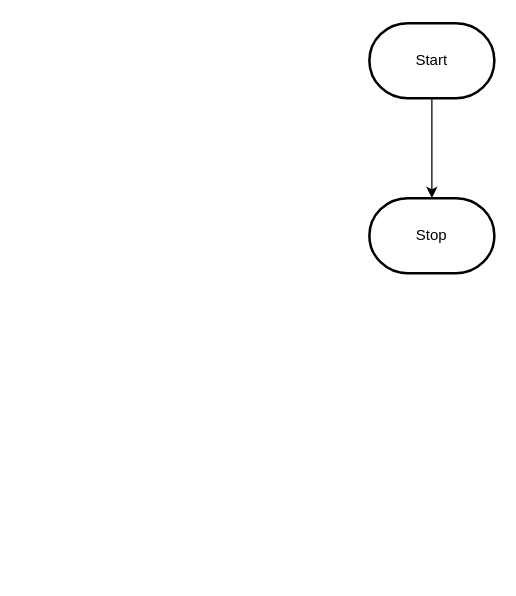
MTHS-TEJ2O-1-2023/TEJ2O-Unit-2-07-olmes-leon keeps this draw.io diagram as design/flowchart.drawio. Above is the earlier version. Source tidied: cells renumbered, new cells numbered last; positions are measured from the earlier drawing's top-left corner, leaving out a move shared by most shapes. Both pictures are drawn from the tidied source at 125%, with x=0, y=0 at pixel (369, 22).
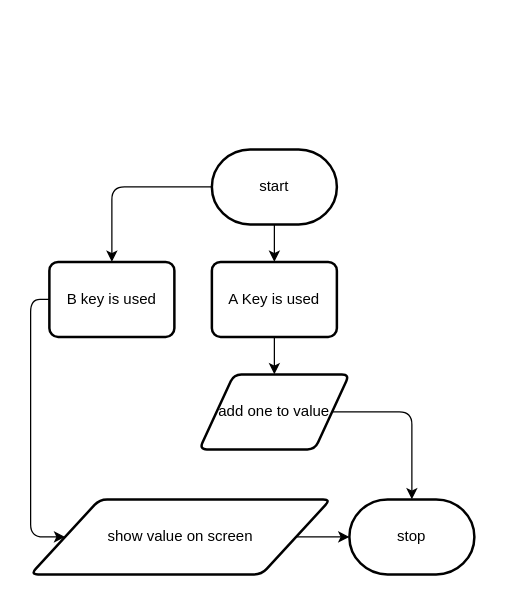
The same page after the edit.

What changed in the source:
```diff
@@
 <mxGraphModel>
   <root>
     <mxCell id="0" />
     <mxCell id="1" parent="0" />
+    <mxCell id="5" style="edgeStyle=orthogonalEdgeStyle;html=1;" parent="1" edge="1" source="2" target="10">
+      <mxGeometry relative="1" as="geometry" />
+    </mxCell>
+    <mxCell id="6" style="edgeStyle=orthogonalEdgeStyle;html=1;entryX=0.5;entryY=0;entryDx=0;entryDy=0;" parent="1" edge="1" source="2" target="8">
+      <mxGeometry relative="1" as="geometry" />
+    </mxCell>
-    <mxCell id="2" style="edgeStyle=orthogonalEdgeStyle;html=1;rounded=0;" parent="1" edge="1" source="3" target="4">
-      <mxGeometry relative="1" as="geometry" />
+    <mxCell id="2" value="start" style="strokeWidth=2;html=1;shape=mxgraph.flowchart.terminator;whiteSpace=wrap;" parent="1" vertex="1">
+      <mxGeometry x="-126" y="101" width="100" height="60" as="geometry" />
     </mxCell>
-    <mxCell id="3" value="Start" style="strokeWidth=2;html=1;shape=mxgraph.flowchart.terminator;whiteSpace=wrap;" parent="1" vertex="1">
-      <mxGeometry width="100" height="60" as="geometry" />
-    </mxCell>
-    <mxCell id="4" value="Stop" style="strokeWidth=2;html=1;shape=mxgraph.flowchart.terminator;whiteSpace=wrap;" parent="1" vertex="1">
-      <mxGeometry y="140" width="100" height="60" as="geometry" />
-    </mxCell>
+    <mxCell id="7" style="edgeStyle=orthogonalEdgeStyle;html=1;entryX=0;entryY=0.5;entryDx=0;entryDy=0;" parent="1" edge="1" source="8" target="14">
+      <mxGeometry relative="1" as="geometry">
+        <Array as="points">
+          <mxPoint x="-271" y="221" />
+          <mxPoint x="-271" y="411" />
+        </Array>
+      </mxGeometry>
+    </mxCell>
+    <mxCell id="8" value="B key is used" style="rounded=1;whiteSpace=wrap;html=1;absoluteArcSize=1;arcSize=14;strokeWidth=2;" parent="1" vertex="1">
+      <mxGeometry x="-256" y="191" width="100" height="60" as="geometry" />
+    </mxCell>
+    <mxCell id="9" style="edgeStyle=orthogonalEdgeStyle;html=1;" parent="1" edge="1" source="10" target="12">
+      <mxGeometry relative="1" as="geometry" />
+    </mxCell>
+    <mxCell id="10" value="A Key is used" style="rounded=1;whiteSpace=wrap;html=1;absoluteArcSize=1;arcSize=14;strokeWidth=2;" parent="1" vertex="1">
+      <mxGeometry x="-126" y="191" width="100" height="60" as="geometry" />
+    </mxCell>
+    <mxCell id="11" style="edgeStyle=orthogonalEdgeStyle;html=1;entryX=0.5;entryY=0;entryDx=0;entryDy=0;entryPerimeter=0;" parent="1" edge="1" source="12" target="15">
+      <mxGeometry relative="1" as="geometry">
+        <Array as="points">
+          <mxPoint x="34" y="311" />
+        </Array>
+      </mxGeometry>
+    </mxCell>
+    <mxCell id="12" value="add one to value" style="shape=parallelogram;html=1;strokeWidth=2;perimeter=parallelogramPerimeter;whiteSpace=wrap;rounded=1;arcSize=12;size=0.23;" parent="1" vertex="1">
+      <mxGeometry x="-136" y="281" width="120" height="60" as="geometry" />
+    </mxCell>
+    <mxCell id="13" style="edgeStyle=orthogonalEdgeStyle;html=1;entryX=0;entryY=0.5;entryDx=0;entryDy=0;entryPerimeter=0;" parent="1" edge="1" source="14" target="15">
+      <mxGeometry relative="1" as="geometry" />
+    </mxCell>
+    <mxCell id="14" value="show value on screen" style="shape=parallelogram;html=1;strokeWidth=2;perimeter=parallelogramPerimeter;whiteSpace=wrap;rounded=1;arcSize=12;size=0.23;" parent="1" vertex="1">
+      <mxGeometry x="-271" y="381" width="240" height="60" as="geometry" />
+    </mxCell>
+    <mxCell id="15" value="stop" style="strokeWidth=2;html=1;shape=mxgraph.flowchart.terminator;whiteSpace=wrap;" parent="1" vertex="1">
+      <mxGeometry x="-16" y="381" width="100" height="60" as="geometry" />
+    </mxCell>
   </root>
 </mxGraphModel>
```
